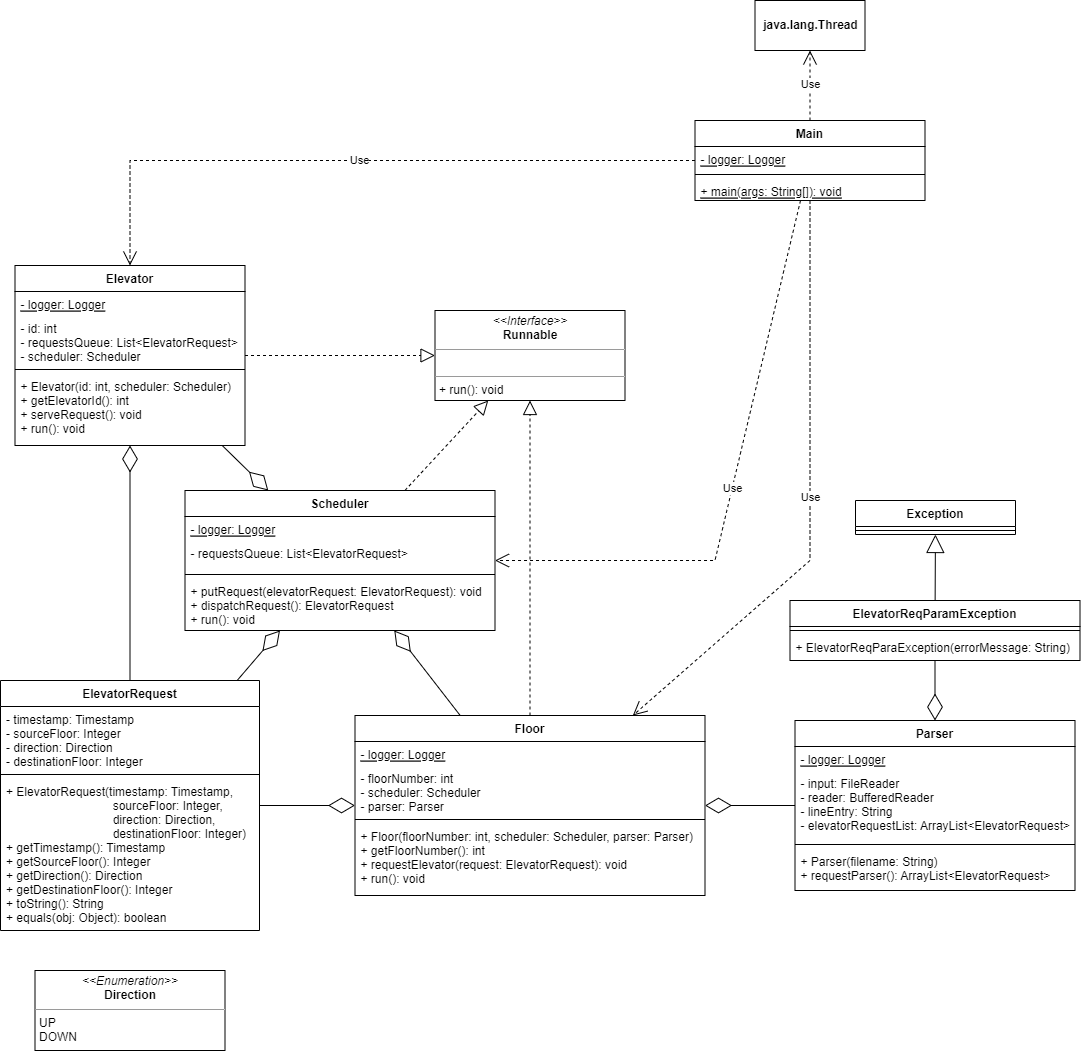
This is P1-UML-class.drawio.png from bobbyngo/Elevator-Control-System-And-Simulator, a draw.io export, as it was before one commit. Source tidied: cells renumbered, new cells last; positions are measured from the earlier drawing's top-left corner, leaving out a move shared by most shapes. The source it was exported from:
```xml
<mxGraphModel>
  <root>
    <mxCell id="0" />
    <mxCell id="1" parent="0" />
    <mxCell id="2" value="Elevator" style="swimlane;fontStyle=1;align=center;verticalAlign=top;horizontal=1;startSize=26;" parent="1" vertex="1">
      <mxGeometry x="14.5" y="265" width="230" height="180" as="geometry" />
    </mxCell>
    <mxCell id="3" value="- logger: Logger" style="text;strokeColor=none;fillColor=none;align=left;verticalAlign=top;spacingLeft=4;spacingRight=4;overflow=hidden;fontStyle=4;" parent="2" vertex="1">
      <mxGeometry y="26" width="230" height="24" as="geometry" />
    </mxCell>
    <mxCell id="4" value="- id: int&#10;- requestsQueue: List&lt;ElevatorRequest&gt;&#10;- scheduler: Scheduler" style="text;strokeColor=none;fillColor=none;align=left;verticalAlign=top;spacingLeft=4;spacingRight=4;overflow=hidden;" parent="2" vertex="1">
      <mxGeometry y="50" width="230" height="50" as="geometry" />
    </mxCell>
    <mxCell id="5" style="line;strokeWidth=1;fillColor=none;align=left;verticalAlign=middle;spacingTop=-1;spacingLeft=3;spacingRight=3;labelPosition=right;strokeColor=inherit;" parent="2" vertex="1">
      <mxGeometry y="100" width="230" height="8" as="geometry" />
    </mxCell>
    <mxCell id="6" value="+ Elevator(id: int, scheduler: Scheduler)&#10;+ getElevatorId(): int&#10;+ serveRequest(): void&#10;+ run(): void" style="text;strokeColor=none;fillColor=none;align=left;verticalAlign=top;spacingLeft=4;spacingRight=4;overflow=hidden;" parent="2" vertex="1">
      <mxGeometry y="108" width="230" height="72" as="geometry" />
    </mxCell>
    <mxCell id="7" style="endArrow=block;dashed=1;endFill=0;endSize=12;html=1;rounded=0;" parent="1" edge="1" source="2" target="8">
      <mxGeometry relative="1" as="geometry" />
    </mxCell>
    <mxCell id="8" value="&lt;p style=&quot;margin:0px;margin-top:4px;text-align:center;&quot;&gt;&lt;i&gt;&amp;lt;&amp;lt;Interface&amp;gt;&amp;gt;&lt;/i&gt;&lt;br&gt;&lt;b&gt;Runnable&lt;/b&gt;&lt;/p&gt;&lt;hr size=&quot;1&quot;&gt;&lt;p style=&quot;margin:0px;margin-left:4px;&quot;&gt;&lt;br&gt;&lt;/p&gt;&lt;hr size=&quot;1&quot;&gt;&lt;p style=&quot;margin:0px;margin-left:4px;&quot;&gt;+ run(): void&lt;/p&gt;" style="verticalAlign=top;align=left;overflow=fill;fontSize=12;fontFamily=Helvetica;html=1;" parent="1" vertex="1">
      <mxGeometry x="434.5" y="310" width="190" height="90" as="geometry" />
    </mxCell>
    <mxCell id="9" value="Main" style="swimlane;fontStyle=1;align=center;verticalAlign=top;horizontal=1;startSize=26;" parent="1" vertex="1">
      <mxGeometry x="694.5" y="120" width="230" height="80" as="geometry" />
    </mxCell>
    <mxCell id="10" value="- logger: Logger" style="text;strokeColor=none;fillColor=none;align=left;verticalAlign=top;spacingLeft=4;spacingRight=4;overflow=hidden;fontStyle=4;" parent="9" vertex="1">
      <mxGeometry y="26" width="230" height="24" as="geometry" />
    </mxCell>
    <mxCell id="11" style="line;strokeWidth=1;fillColor=none;align=left;verticalAlign=middle;spacingTop=-1;spacingLeft=3;spacingRight=3;labelPosition=right;strokeColor=inherit;" parent="9" vertex="1">
      <mxGeometry y="50" width="230" height="8" as="geometry" />
    </mxCell>
    <mxCell id="12" value="+ main(args: String[]): void" style="text;strokeColor=none;fillColor=none;align=left;verticalAlign=top;spacingLeft=4;spacingRight=4;overflow=hidden;fontStyle=4;" parent="9" vertex="1">
      <mxGeometry y="58" width="230" height="22" as="geometry" />
    </mxCell>
    <mxCell id="13" value="&lt;p style=&quot;margin:0px;margin-top:4px;text-align:center;&quot;&gt;&lt;i&gt;&amp;lt;&amp;lt;Enumeration&amp;gt;&amp;gt;&lt;/i&gt;&lt;br&gt;&lt;b&gt;Direction&lt;/b&gt;&lt;/p&gt;&lt;hr size=&quot;1&quot;&gt;&lt;p style=&quot;margin:0px;margin-left:4px;&quot;&gt;UP&lt;/p&gt;&lt;p style=&quot;margin:0px;margin-left:4px;&quot;&gt;DOWN&lt;/p&gt;" style="verticalAlign=top;align=left;overflow=fill;fontSize=12;fontFamily=Helvetica;html=1;" parent="1" vertex="1">
      <mxGeometry x="34.5" y="970" width="190" height="80" as="geometry" />
    </mxCell>
    <mxCell id="14" value="ElevatorRequest" style="swimlane;fontStyle=1;align=center;verticalAlign=top;horizontal=1;startSize=26;" parent="1" vertex="1">
      <mxGeometry y="680" width="259" height="250" as="geometry" />
    </mxCell>
    <mxCell id="15" value="- timestamp: Timestamp&#10;- sourceFloor: Integer&#10;- direction: Direction&#10;- destinationFloor: Integer" style="text;strokeColor=none;fillColor=none;align=left;verticalAlign=top;spacingLeft=4;spacingRight=4;overflow=hidden;" parent="14" vertex="1">
      <mxGeometry y="26" width="259" height="64" as="geometry" />
    </mxCell>
    <mxCell id="16" style="line;strokeWidth=1;fillColor=none;align=left;verticalAlign=middle;spacingTop=-1;spacingLeft=3;spacingRight=3;labelPosition=right;strokeColor=inherit;" parent="14" vertex="1">
      <mxGeometry y="90" width="259" height="8" as="geometry" />
    </mxCell>
    <mxCell id="17" value="+ ElevatorRequest(timestamp: Timestamp,&#10;                                sourceFloor: Integer,&#10;                                direction: Direction,&#10;                                destinationFloor: Integer)&#10;+ getTimestamp(): Timestamp&#10;+ getSourceFloor(): Integer&#10;+ getDirection(): Direction&#10;+ getDestinationFloor(): Integer&#10;+ toString(): String&#10;+ equals(obj: Object): boolean" style="text;strokeColor=none;fillColor=none;align=left;verticalAlign=top;spacingLeft=4;spacingRight=4;overflow=hidden;" parent="14" vertex="1">
      <mxGeometry y="98" width="259" height="152" as="geometry" />
    </mxCell>
    <mxCell id="18" value="ElevatorReqParamException" style="swimlane;fontStyle=1;align=center;verticalAlign=top;horizontal=1;startSize=26;" parent="1" vertex="1">
      <mxGeometry x="789.5" y="600" width="290" height="60" as="geometry" />
    </mxCell>
    <mxCell id="19" style="line;strokeWidth=1;fillColor=none;align=left;verticalAlign=middle;spacingTop=-1;spacingLeft=3;spacingRight=3;labelPosition=right;strokeColor=inherit;" parent="18" vertex="1">
      <mxGeometry y="26" width="290" height="8" as="geometry" />
    </mxCell>
    <mxCell id="20" value="+ ElevatorReqParaException(errorMessage: String)" style="text;strokeColor=none;fillColor=none;align=left;verticalAlign=top;spacingLeft=4;spacingRight=4;overflow=hidden;" parent="18" vertex="1">
      <mxGeometry y="34" width="290" height="26" as="geometry" />
    </mxCell>
    <mxCell id="21" value="Exception" style="swimlane;fontStyle=1;align=center;verticalAlign=top;horizontal=1;startSize=26;" parent="1" vertex="1">
      <mxGeometry x="855" y="500" width="160" height="34" as="geometry" />
    </mxCell>
    <mxCell id="22" style="line;strokeWidth=1;fillColor=none;align=left;verticalAlign=middle;spacingTop=-1;spacingLeft=3;spacingRight=3;labelPosition=right;strokeColor=inherit;" parent="21" vertex="1">
      <mxGeometry y="26" width="160" height="8" as="geometry" />
    </mxCell>
    <mxCell id="23" style="endArrow=block;endSize=16;endFill=0;html=1;rounded=0;" parent="1" edge="1" source="18" target="21">
      <mxGeometry relative="1" as="geometry" />
    </mxCell>
    <mxCell id="24" value="Floor" style="swimlane;fontStyle=1;align=center;verticalAlign=top;horizontal=1;startSize=26;" parent="1" vertex="1">
      <mxGeometry x="354.5" y="715" width="350" height="180" as="geometry" />
    </mxCell>
    <mxCell id="25" value="- logger: Logger" style="text;strokeColor=none;fillColor=none;align=left;verticalAlign=top;spacingLeft=4;spacingRight=4;overflow=hidden;fontStyle=4;" parent="24" vertex="1">
      <mxGeometry y="26" width="350" height="24" as="geometry" />
    </mxCell>
    <mxCell id="26" value="- floorNumber: int&#10;- scheduler: Scheduler&#10;- parser: Parser" style="text;strokeColor=none;fillColor=none;align=left;verticalAlign=top;spacingLeft=4;spacingRight=4;overflow=hidden;" parent="24" vertex="1">
      <mxGeometry y="50" width="350" height="50" as="geometry" />
    </mxCell>
    <mxCell id="27" style="line;strokeWidth=1;fillColor=none;align=left;verticalAlign=middle;spacingTop=-1;spacingLeft=3;spacingRight=3;labelPosition=right;strokeColor=inherit;" parent="24" vertex="1">
      <mxGeometry y="100" width="350" height="8" as="geometry" />
    </mxCell>
    <mxCell id="28" value="+ Floor(floorNumber: int, scheduler: Scheduler, parser: Parser)&#10;+ getFloorNumber(): int&#10;+ requestElevator(request: ElevatorRequest): void&#10;+ run(): void" style="text;strokeColor=none;fillColor=none;align=left;verticalAlign=top;spacingLeft=4;spacingRight=4;overflow=hidden;" parent="24" vertex="1">
      <mxGeometry y="108" width="350" height="72" as="geometry" />
    </mxCell>
    <mxCell id="29" style="endArrow=block;dashed=1;endFill=0;endSize=12;html=1;rounded=0;" parent="1" edge="1" source="24" target="8">
      <mxGeometry relative="1" as="geometry" />
    </mxCell>
    <mxCell id="30" value="Parser" style="swimlane;fontStyle=1;align=center;verticalAlign=top;horizontal=1;startSize=26;" parent="1" vertex="1">
      <mxGeometry x="794.5" y="720" width="280" height="170" as="geometry" />
    </mxCell>
    <mxCell id="31" value="- logger: Logger" style="text;strokeColor=none;fillColor=none;align=left;verticalAlign=top;spacingLeft=4;spacingRight=4;overflow=hidden;fontStyle=4;" parent="30" vertex="1">
      <mxGeometry y="26" width="280" height="24" as="geometry" />
    </mxCell>
    <mxCell id="32" value="- input: FileReader&#10;- reader: BufferedReader&#10;- lineEntry: String&#10;- elevatorRequestList: ArrayList&lt;ElevatorRequest&gt;" style="text;strokeColor=none;fillColor=none;align=left;verticalAlign=top;spacingLeft=4;spacingRight=4;overflow=hidden;" parent="30" vertex="1">
      <mxGeometry y="50" width="280" height="70" as="geometry" />
    </mxCell>
    <mxCell id="33" style="line;strokeWidth=1;fillColor=none;align=left;verticalAlign=middle;spacingTop=-1;spacingLeft=3;spacingRight=3;labelPosition=right;strokeColor=inherit;" parent="30" vertex="1">
      <mxGeometry y="120" width="280" height="8" as="geometry" />
    </mxCell>
    <mxCell id="34" value="+ Parser(filename: String)&#10;+ requestParser(): ArrayList&lt;ElevatorRequest&gt;" style="text;strokeColor=none;fillColor=none;align=left;verticalAlign=top;spacingLeft=4;spacingRight=4;overflow=hidden;" parent="30" vertex="1">
      <mxGeometry y="128" width="280" height="42" as="geometry" />
    </mxCell>
    <mxCell id="35" value="Scheduler" style="swimlane;fontStyle=1;align=center;verticalAlign=top;horizontal=1;startSize=26;" parent="1" vertex="1">
      <mxGeometry x="184.5" y="490" width="310" height="140" as="geometry" />
    </mxCell>
    <mxCell id="36" value="- logger: Logger" style="text;strokeColor=none;fillColor=none;align=left;verticalAlign=top;spacingLeft=4;spacingRight=4;overflow=hidden;fontStyle=4;" parent="35" vertex="1">
      <mxGeometry y="26" width="310" height="24" as="geometry" />
    </mxCell>
    <mxCell id="37" value="- requestsQueue: List&lt;ElevatorRequest&gt;" style="text;strokeColor=none;fillColor=none;align=left;verticalAlign=top;spacingLeft=4;spacingRight=4;overflow=hidden;" parent="35" vertex="1">
      <mxGeometry y="50" width="310" height="30" as="geometry" />
    </mxCell>
    <mxCell id="38" style="line;strokeWidth=1;fillColor=none;align=left;verticalAlign=middle;spacingTop=-1;spacingLeft=3;spacingRight=3;labelPosition=right;strokeColor=inherit;" parent="35" vertex="1">
      <mxGeometry y="80" width="310" height="8" as="geometry" />
    </mxCell>
    <mxCell id="39" value="+ putRequest(elevatorRequest: ElevatorRequest): void&#10;+ dispatchRequest(): ElevatorRequest&#10;+ run(): void" style="text;strokeColor=none;fillColor=none;align=left;verticalAlign=top;spacingLeft=4;spacingRight=4;overflow=hidden;" parent="35" vertex="1">
      <mxGeometry y="88" width="310" height="52" as="geometry" />
    </mxCell>
    <mxCell id="40" style="endArrow=block;dashed=1;endFill=0;endSize=12;html=1;rounded=0;" parent="1" edge="1" source="35" target="8">
      <mxGeometry relative="1" as="geometry" />
    </mxCell>
    <mxCell id="41" style="endArrow=diamondThin;endFill=0;endSize=24;html=1;rounded=0;" parent="1" edge="1" source="18" target="30">
      <mxGeometry relative="1" as="geometry" />
    </mxCell>
    <mxCell id="42" style="endArrow=diamondThin;endFill=0;endSize=24;html=1;rounded=0;" parent="1" edge="1" source="14" target="2">
      <mxGeometry relative="1" as="geometry" />
    </mxCell>
    <mxCell id="43" value="&lt;b&gt;java.lang.Thread&lt;/b&gt;" style="html=1;" parent="1" vertex="1">
      <mxGeometry x="754.5" width="110" height="50" as="geometry" />
    </mxCell>
    <mxCell id="44" value="Use" style="endArrow=open;endSize=12;dashed=1;html=1;rounded=0;" parent="1" edge="1" source="9" target="43">
      <mxGeometry relative="1" as="geometry" />
    </mxCell>
    <mxCell id="45" value="Use" style="endArrow=open;endSize=12;dashed=1;html=1;rounded=0;" parent="1" edge="1" source="9" target="2">
      <mxGeometry relative="1" as="geometry">
        <Array as="points">
          <mxPoint x="129.5" y="160" />
        </Array>
      </mxGeometry>
    </mxCell>
    <mxCell id="46" style="endArrow=diamondThin;endFill=0;endSize=24;html=1;rounded=0;" parent="1" edge="1" source="30" target="24">
      <mxGeometry relative="1" as="geometry" />
    </mxCell>
    <mxCell id="47" style="endArrow=diamondThin;endFill=0;endSize=24;html=1;rounded=0;" parent="1" edge="1" source="2" target="35">
      <mxGeometry relative="1" as="geometry" />
    </mxCell>
    <mxCell id="48" style="endArrow=diamondThin;endFill=0;endSize=24;html=1;rounded=0;" parent="1" edge="1" source="14" target="35">
      <mxGeometry relative="1" as="geometry" />
    </mxCell>
    <mxCell id="49" style="endArrow=diamondThin;endFill=0;endSize=24;html=1;rounded=0;" parent="1" edge="1" source="24" target="35">
      <mxGeometry relative="1" as="geometry" />
    </mxCell>
    <mxCell id="50" style="endArrow=diamondThin;endFill=0;endSize=24;html=1;rounded=0;" parent="1" edge="1" source="14" target="24">
      <mxGeometry relative="1" as="geometry" />
    </mxCell>
    <mxCell id="51" value="Use" style="endArrow=open;endSize=12;dashed=1;html=1;rounded=0;" parent="1" edge="1" source="9" target="35">
      <mxGeometry relative="1" as="geometry">
        <Array as="points">
          <mxPoint x="714.5" y="560" />
        </Array>
      </mxGeometry>
    </mxCell>
    <mxCell id="52" value="Use" style="endArrow=open;endSize=12;dashed=1;html=1;rounded=0;" parent="1" edge="1" source="9" target="24">
      <mxGeometry relative="1" as="geometry">
        <Array as="points">
          <mxPoint x="809.5" y="560" />
        </Array>
      </mxGeometry>
    </mxCell>
  </root>
</mxGraphModel>
```
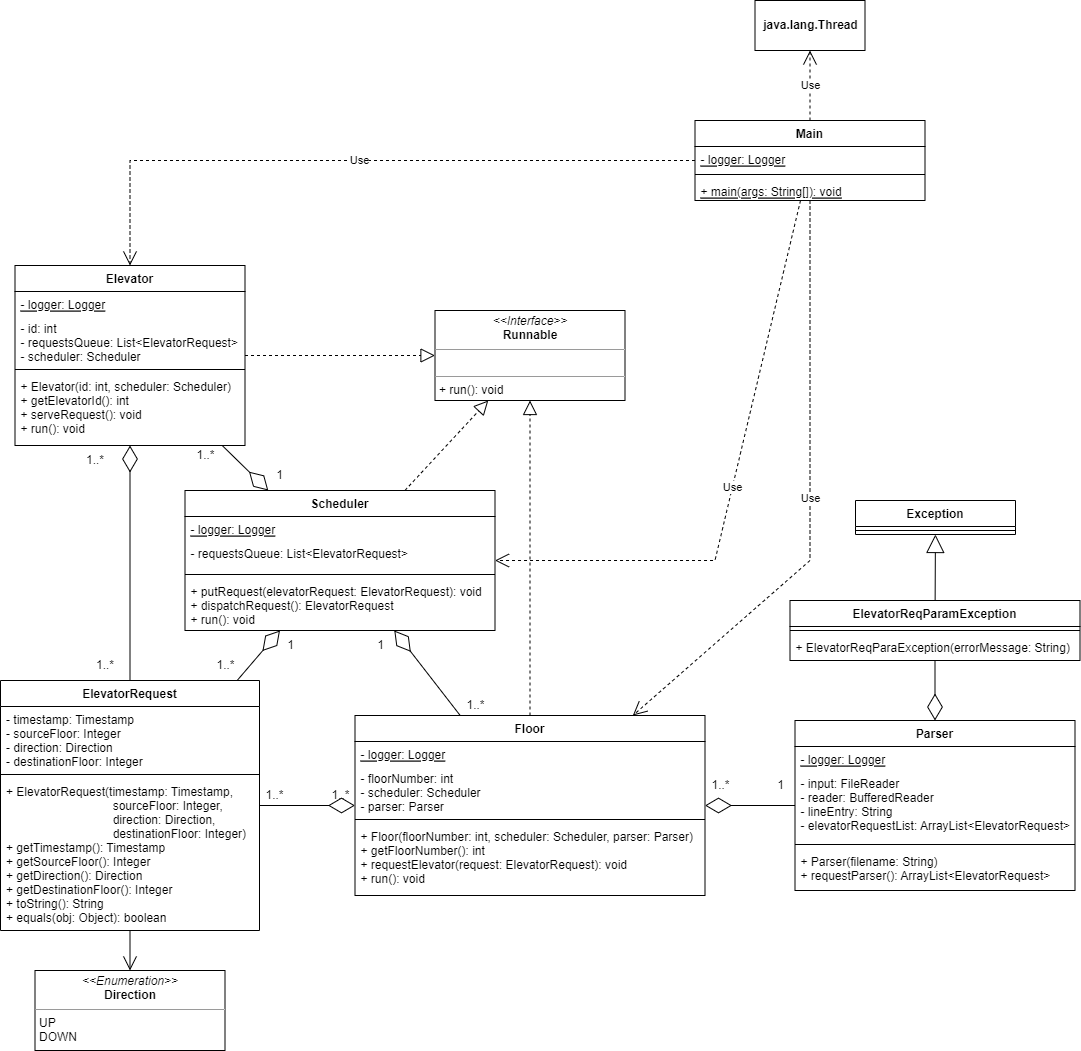
After the change.

Commit message:
Updated UML diagrams to include cardinality

Change to the diagram source:
```diff
@@ -167,5 +167,44 @@
         </Array>
       </mxGeometry>
     </mxCell>
+    <mxCell id="53" style="endArrow=open;endFill=1;endSize=12;html=1;rounded=0;" parent="1" edge="1" source="14" target="13">
+      <mxGeometry relative="1" as="geometry" />
+    </mxCell>
+    <mxCell id="54" value="1..*" style="text;html=1;strokeColor=none;fillColor=none;align=center;verticalAlign=middle;whiteSpace=wrap;rounded=0;" parent="1" vertex="1">
+      <mxGeometry x="65" y="445" width="60" height="30" as="geometry" />
+    </mxCell>
+    <mxCell id="55" value="1..*" style="text;html=1;strokeColor=none;fillColor=none;align=center;verticalAlign=middle;whiteSpace=wrap;rounded=0;" parent="1" vertex="1">
+      <mxGeometry x="75" y="650" width="60" height="30" as="geometry" />
+    </mxCell>
+    <mxCell id="56" value="1..*" style="text;html=1;align=center;verticalAlign=middle;strokeColor=none;fillColor=none;" parent="1" vertex="1">
+      <mxGeometry x="254" y="780" width="40" height="30" as="geometry" />
+    </mxCell>
+    <mxCell id="57" value="1..*" style="text;html=1;align=center;verticalAlign=middle;strokeColor=none;fillColor=none;" parent="1" vertex="1">
+      <mxGeometry x="319.5" y="780" width="40" height="30" as="geometry" />
+    </mxCell>
+    <mxCell id="58" value="1..*" style="text;html=1;align=center;verticalAlign=middle;strokeColor=none;fillColor=none;" parent="1" vertex="1">
+      <mxGeometry x="699.5" y="770" width="40" height="30" as="geometry" />
+    </mxCell>
+    <mxCell id="59" value="1" style="text;html=1;align=center;verticalAlign=middle;strokeColor=none;fillColor=none;" parent="1" vertex="1">
+      <mxGeometry x="764.5" y="770" width="30" height="30" as="geometry" />
+    </mxCell>
+    <mxCell id="60" value="1" style="text;html=1;align=center;verticalAlign=middle;strokeColor=none;fillColor=none;" parent="1" vertex="1">
+      <mxGeometry x="275" y="630" width="30" height="30" as="geometry" />
+    </mxCell>
+    <mxCell id="61" value="1" style="text;html=1;align=center;verticalAlign=middle;strokeColor=none;fillColor=none;" parent="1" vertex="1">
+      <mxGeometry x="365" y="630" width="30" height="30" as="geometry" />
+    </mxCell>
+    <mxCell id="62" value="1" style="text;html=1;align=center;verticalAlign=middle;strokeColor=none;fillColor=none;" parent="1" vertex="1">
+      <mxGeometry x="264" y="460" width="30" height="30" as="geometry" />
+    </mxCell>
+    <mxCell id="63" value="1..*" style="text;html=1;align=center;verticalAlign=middle;strokeColor=none;fillColor=none;" parent="1" vertex="1">
+      <mxGeometry x="184.5" y="440" width="40" height="30" as="geometry" />
+    </mxCell>
+    <mxCell id="64" value="1..*" style="text;html=1;align=center;verticalAlign=middle;strokeColor=none;fillColor=none;" parent="1" vertex="1">
+      <mxGeometry x="454.5" y="690" width="40" height="30" as="geometry" />
+    </mxCell>
+    <mxCell id="65" value="1..*" style="text;html=1;align=center;verticalAlign=middle;strokeColor=none;fillColor=none;" parent="1" vertex="1">
+      <mxGeometry x="204.5" y="650" width="40" height="30" as="geometry" />
+    </mxCell>
   </root>
 </mxGraphModel>
```
